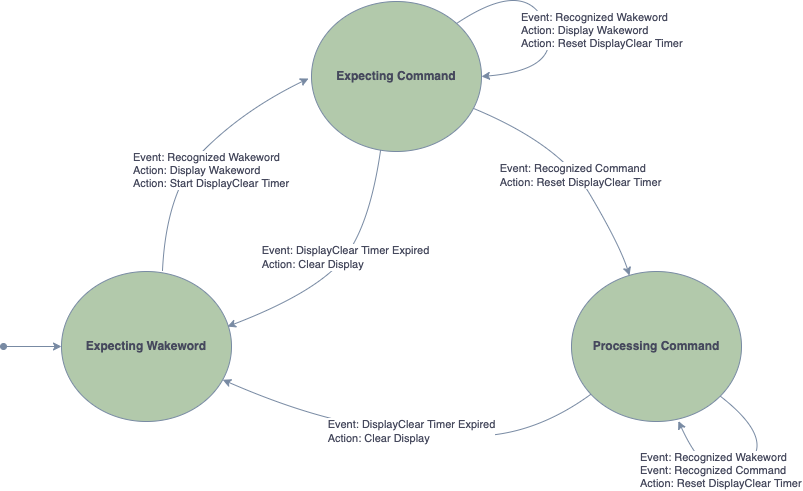
The draw.io diagram doc/diagrams/speech-recognizer_state-machine.drawio.png in xmos/sln_voice, before a commit. Source tidied: cells renumbered, new cells last; positions are measured from the earlier drawing's top-left corner, leaving out a move shared by most shapes.
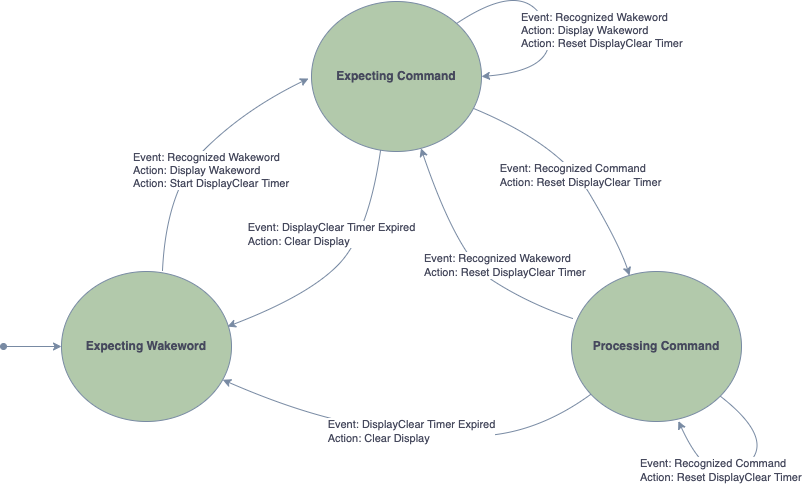
The same file after the commit.

Commit message:
tweaked state machine logic

The edit, as a diff of the source:
```diff
@@ -47,7 +47,9 @@
       </mxGeometry>
     </mxCell>
     <mxCell id="9" value="&lt;div style=&quot;text-align: left;&quot;&gt;Event: DisplayClear Timer Expired&lt;/div&gt;&lt;div style=&quot;text-align: left;&quot;&gt;Action: Clear Display&lt;/div&gt;" style="edgeLabel;html=1;align=center;verticalAlign=middle;fontColor=#46495D;" parent="8" vertex="1">
-      <mxGeometry x="-0.09" relative="1" as="geometry" />
+      <mxGeometry x="-0.09" relative="1" as="geometry">
+        <mxPoint x="-14" y="-23" as="offset" />
+      </mxGeometry>
     </mxCell>
     <mxCell id="10" value="Event: Recognized Wakeword&lt;br&gt;Action: Display Wakeword&lt;br&gt;Action: Reset DisplayClear Timer" style="endArrow=classic;html=1;rounded=1;strokeColor=#788AA3;fontColor=#46495D;curved=1;align=left;entryX=1;entryY=0.5;entryDx=0;entryDy=0;exitX=1;exitY=0;exitDx=0;exitDy=0;" parent="1" edge="1" source="3" target="3">
       <mxGeometry x="-0.03" y="-26" relative="1" as="geometry">
@@ -74,7 +76,7 @@
         <mxPoint y="369" as="sourcePoint" />
       </mxGeometry>
     </mxCell>
-    <mxCell id="14" value="Event: Recognized Wakeword&lt;br&gt;Event: Recognized Command&lt;br&gt;Action: Reset DisplayClear Timer" style="endArrow=classic;html=1;rounded=1;strokeColor=#788AA3;fontColor=#46495D;curved=1;align=left;entryX=0.629;entryY=0.997;entryDx=0;entryDy=0;entryPerimeter=0;" parent="1" edge="1" source="4" target="4">
+    <mxCell id="14" value="Event: Recognized Command&lt;br&gt;Action: Reset DisplayClear Timer" style="endArrow=classic;html=1;rounded=1;strokeColor=#788AA3;fontColor=#46495D;curved=1;align=left;entryX=0.629;entryY=0.997;entryDx=0;entryDy=0;entryPerimeter=0;" parent="1" edge="1" source="4" target="4">
       <mxGeometry x="0.76" y="57" relative="1" as="geometry">
         <Array as="points">
           <mxPoint x="775" y="464" />
@@ -82,5 +84,13 @@
         </Array>
       </mxGeometry>
     </mxCell>
+    <mxCell id="15" value="Event: Recognized Wakeword&lt;br&gt;Action: Reset DisplayClear Timer" style="endArrow=classic;html=1;rounded=1;strokeColor=#788AA3;fontColor=#46495D;curved=1;align=left;exitX=0.006;exitY=0.313;exitDx=0;exitDy=0;exitPerimeter=0;" parent="1" edge="1" source="4" target="3">
+      <mxGeometry x="0.09" y="36" relative="1" as="geometry">
+        <Array as="points">
+          <mxPoint x="525" y="326" />
+          <mxPoint x="455" y="281" />
+        </Array>
+      </mxGeometry>
+    </mxCell>
   </root>
 </mxGraphModel>
```
